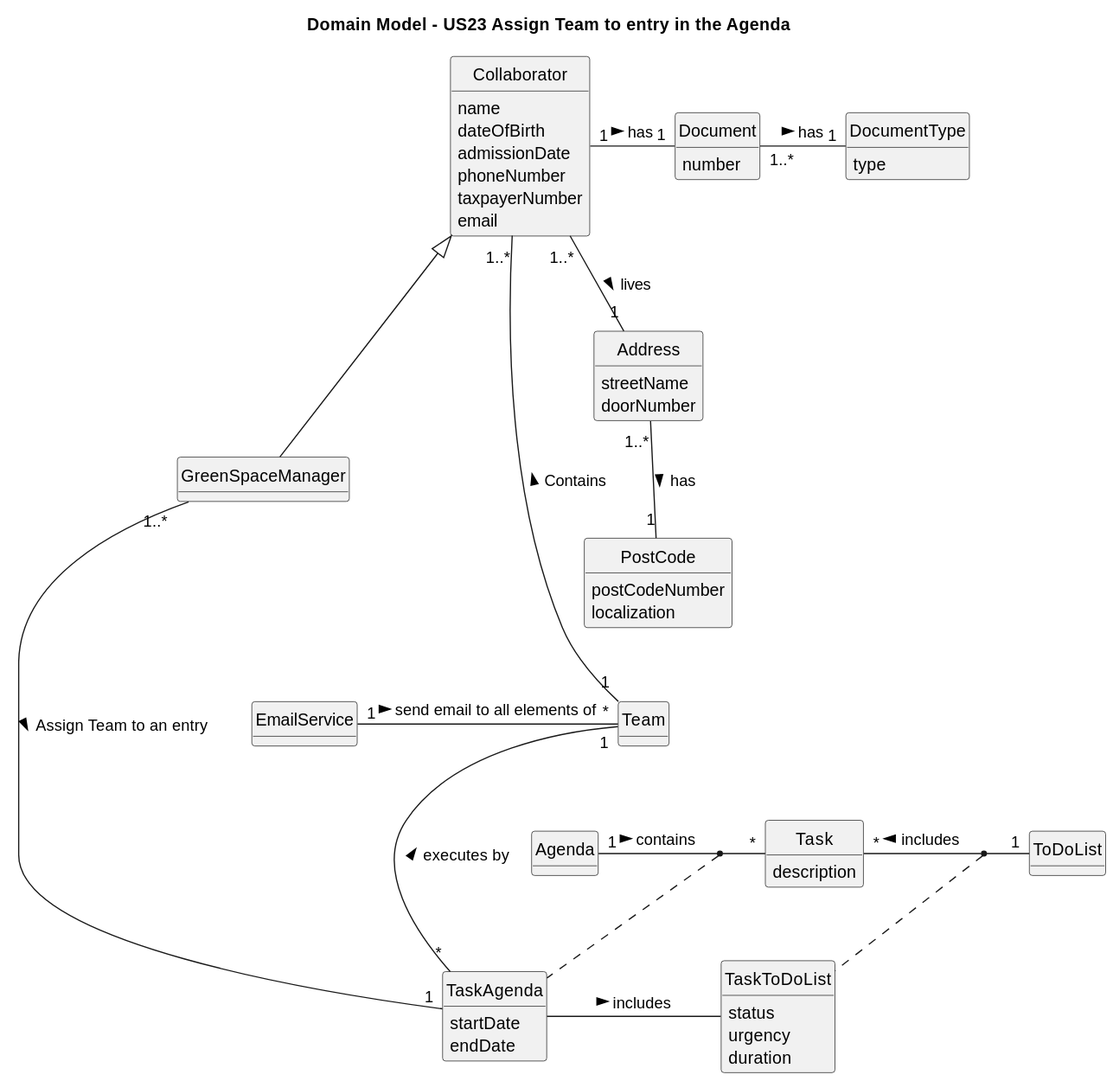
Above: docs/sprint3/us23/02.analysis/svg/us23-domain-model.svg in Departamento-de-Engenharia-Informatica/lei-24-s2-1db-g022 (PlantUML), before the change.
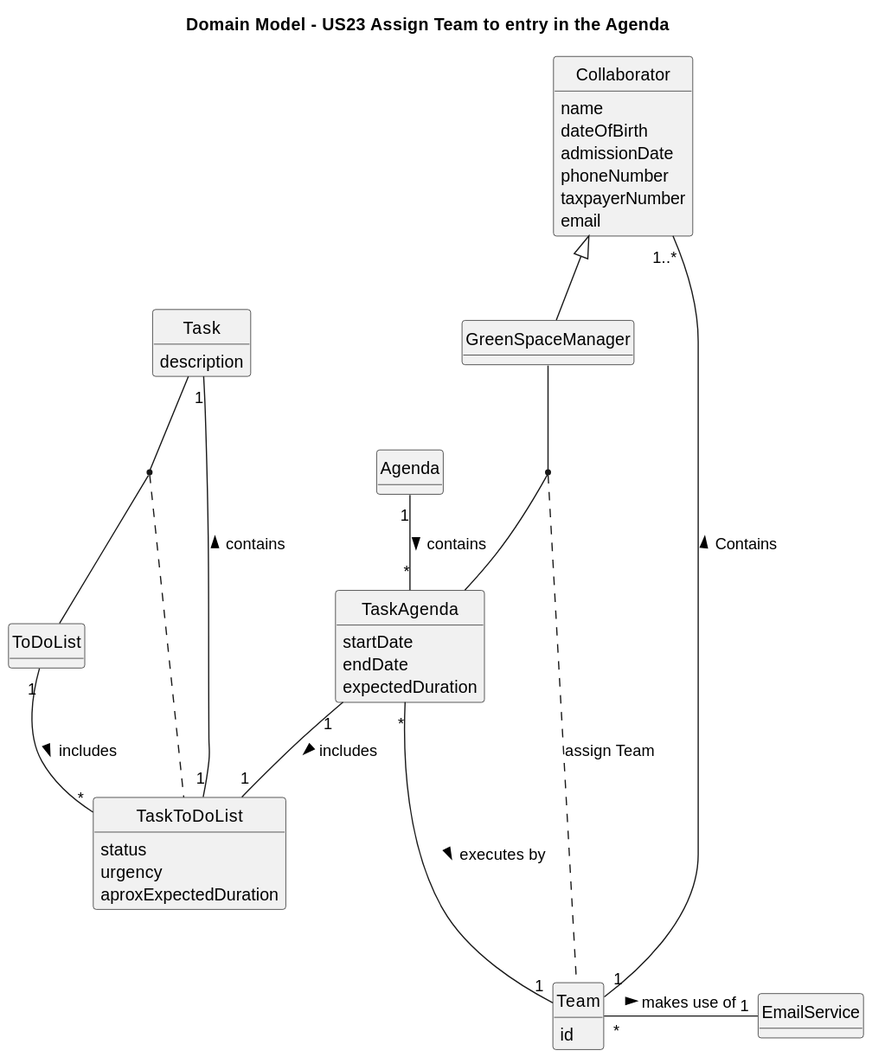
After the commit.

Diff of the diagram source:
```diff
@@ -18,24 +18,11 @@
     email
 }
 
-class Document{
-    number
-}
-
-class DocumentType{
-    type
-}
-
-class PostCode{
-    postCodeNumber
-    localization
-}
-
-
 class GreenSpaceManager {
 }
 
 class Team{
+    id
 }
 
 class EmailService{
@@ -47,18 +34,15 @@
 class TaskToDoList{
     status
     urgency
-    duration
+    aproxExpectedDuration
 }
 
 class TaskAgenda{
     startDate
     endDate
+    expectedDuration
 }
 
-class Address {
-    streetName
-    doorNumber
-}
 
 class Task {
     description
@@ -67,30 +51,24 @@
 
 class Agenda{
 }
-Document "1..*" - "1" DocumentType : has >
-
-Address "1..*" -- "1" PostCode : has >
-
-Collaborator "1" - "1" Document : has >
-
-Collaborator "1..*" -- "1" Address : lives >
 
 Collaborator  <|--  GreenSpaceManager
 
-GreenSpaceManager "1..*" - "1" TaskAgenda : Assign Team to an entry >
+Team "1" --u- "*" TaskAgenda : executes by <
 
-Team "1" --- "*" TaskAgenda : executes by <
+Agenda "1" -- "*" TaskAgenda : contains >
 
-Agenda "1" - "*" Task : contains >
-
-EmailService "1" - "*" Team :  send email to all elements of >
+EmailService "1" -u "*" Team : makes use of <
 
 Collaborator "1..*" ---- "1" Team : Contains <
 
-Task "*" - "1" ToDoList : includes <
+(Task,ToDoList) .. TaskToDoList
 
-(Task,ToDoList) .. TaskToDoList
-(Task,Agenda) .. TaskAgenda
+(GreenSpaceManager,TaskAgenda) .. Team : assign Team
 
-TaskAgenda - TaskToDoList : includes >
+TaskAgenda "1" -- "1" TaskToDoList : includes >
+
+ToDoList "1" -- "*" TaskToDoList : includes  >
+
+TaskToDoList "1" -u- "1" Task : contains >
 @enduml
```
